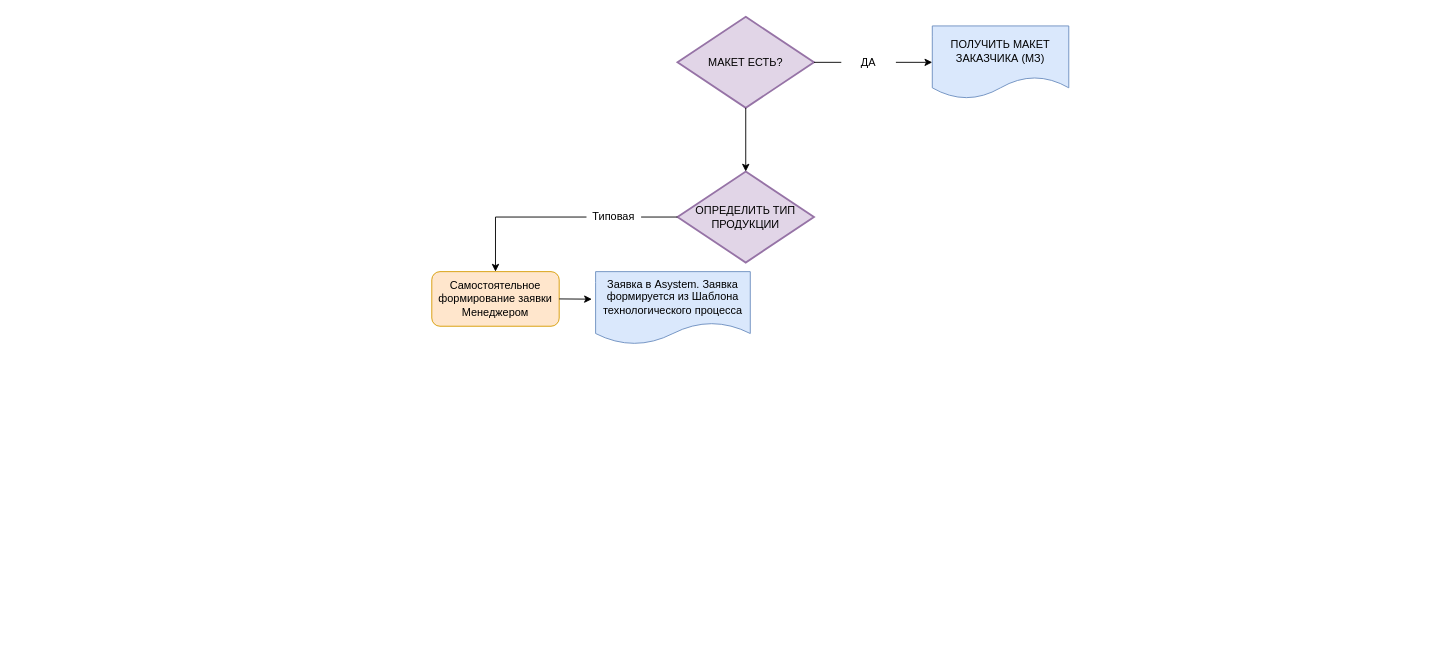
Before: Получение Макета Заказчика.drawio in margazun/draws, a draw.io diagram. Source tidied: cells renumbered, new cells numbered last; positions are measured from the earlier drawing's top-left corner, leaving out a move shared by most shapes. Both pictures are drawn from the tidied source at 91%, with x=0, y=0 at pixel (431, 16).
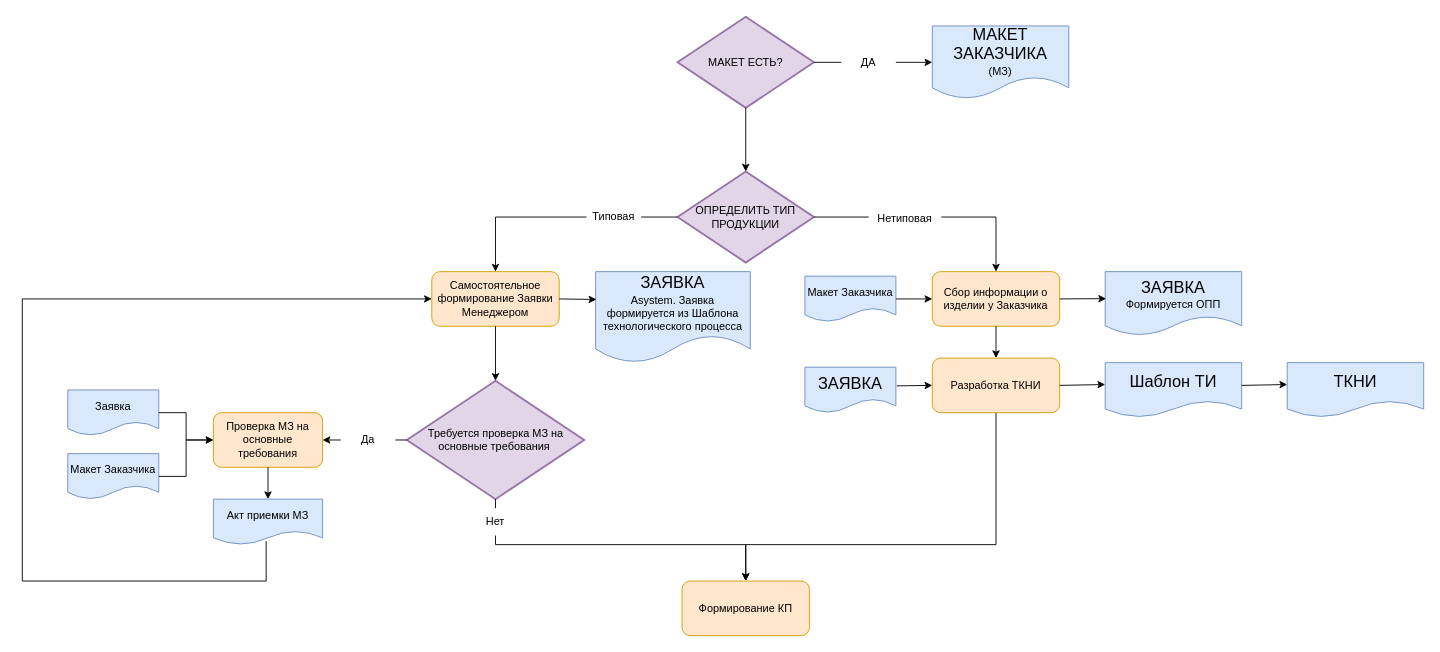
After the change.

The change refers to these unchanged cells:
```xml
<mxCell id="7" value="ОПРЕДЕЛИТЬ ТИП ПРОДУКЦИИ" style="strokeWidth=2;html=1;shape=mxgraph.flowchart.decision;whiteSpace=wrap;fillColor=#e1d5e7;strokeColor=#9673a6;" parent="1" vertex="1">
  <mxGeometry x="270" y="170" width="150" height="100" as="geometry" />
</mxCell>
```

Diff of the diagram source:
```diff
@@
-    <mxCell id="4" value="ПОЛУЧИТЬ МАКЕТ ЗАКАЗЧИКА (МЗ)" style="shape=document;whiteSpace=wrap;html=1;boundedLbl=1;fillColor=#dae8fc;strokeColor=#6c8ebf;" parent="1" vertex="1">
+    <mxCell id="4" value="&lt;font style=&quot;font-size: 18px;&quot;&gt;МАКЕТ ЗАКАЗЧИКА&lt;/font&gt; &lt;br&gt;(МЗ)" style="shape=document;whiteSpace=wrap;html=1;boundedLbl=1;fillColor=#dae8fc;strokeColor=#6c8ebf;" parent="1" vertex="1">
       <mxGeometry x="550" y="10" width="150" height="80" as="geometry" />
     </mxCell>
@@
-    <mxCell id="9" value="Самостоятельное формирование заявки Менеджером" style="rounded=1;whiteSpace=wrap;html=1;fillColor=#ffe6cc;strokeColor=#d79b00;" parent="1" vertex="1">
+    <mxCell id="9" value="Самостоятельное формирование Заявки Менеджером" style="rounded=1;whiteSpace=wrap;html=1;fillColor=#ffe6cc;strokeColor=#d79b00;" parent="1" vertex="1">
       <mxGeometry y="280" width="140" height="60" as="geometry" />
     </mxCell>
@@
-    <mxCell id="13" value="Заявка в Asystem. Заявка формируется из Шаблона технологического процесса" style="shape=document;whiteSpace=wrap;html=1;boundedLbl=1;fillColor=#dae8fc;strokeColor=#6c8ebf;" parent="1" vertex="1">
-      <mxGeometry x="180" y="280" width="170" height="80" as="geometry" />
+    <mxCell id="13" value="&lt;font style=&quot;font-size: 18px;&quot;&gt;ЗАЯВКА&lt;/font&gt;&lt;br&gt;Asystem. Заявка формируется из Шаблона технологического процесса" style="shape=document;whiteSpace=wrap;html=1;boundedLbl=1;fillColor=#dae8fc;strokeColor=#6c8ebf;" parent="1" vertex="1">
+      <mxGeometry x="180" y="280" width="170" height="100" as="geometry" />
     </mxCell>
-    <mxCell id="14" style="endArrow=classic;html=1;rounded=0;exitX=1;exitY=0.5;exitDx=0;exitDy=0;entryX=-0.024;entryY=0.378;entryDx=0;entryDy=0;entryPerimeter=0;" parent="1" edge="1" source="9" target="13">
+    <mxCell id="14" style="endArrow=classic;html=1;rounded=0;exitX=1;exitY=0.5;exitDx=0;exitDy=0;entryX=0.005;entryY=0.306;entryDx=0;entryDy=0;entryPerimeter=0;" parent="1" edge="1" source="9" target="13">
       <mxGeometry relative="1" as="geometry" />
     </mxCell>
+    <mxCell id="15" value="Требуется проверка МЗ на основные требования&amp;nbsp;" style="strokeWidth=2;html=1;shape=mxgraph.flowchart.decision;whiteSpace=wrap;fillColor=#e1d5e7;strokeColor=#9673a6;" parent="1" vertex="1">
+      <mxGeometry x="-27.5" y="400" width="195" height="130" as="geometry" />
+    </mxCell>
+    <mxCell id="16" style="endArrow=classic;html=1;rounded=0;entryX=0.5;entryY=0;entryDx=0;entryDy=0;entryPerimeter=0;exitX=0.5;exitY=1;exitDx=0;exitDy=0;" parent="1" edge="1" source="9" target="15">
+      <mxGeometry relative="1" as="geometry" />
+    </mxCell>
+    <mxCell id="17" value="Проверка МЗ на основные требования" style="rounded=1;whiteSpace=wrap;html=1;fillColor=#ffe6cc;strokeColor=#d79b00;" parent="1" vertex="1">
+      <mxGeometry x="-240" y="435" width="120" height="60" as="geometry" />
+    </mxCell>
+    <mxCell id="18" style="endArrow=classic;html=1;rounded=0;exitX=0;exitY=0.5;exitDx=0;exitDy=0;exitPerimeter=0;entryX=1;entryY=0.5;entryDx=0;entryDy=0;startArrow=none;" parent="1" edge="1" source="26" target="17">
+      <mxGeometry relative="1" as="geometry" />
+    </mxCell>
+    <mxCell id="19" value="Акт приемки МЗ" style="shape=document;whiteSpace=wrap;html=1;boundedLbl=1;fillColor=#dae8fc;strokeColor=#6c8ebf;" parent="1" vertex="1">
+      <mxGeometry x="-240" y="530" width="120" height="50" as="geometry" />
+    </mxCell>
+    <mxCell id="20" style="endArrow=classic;html=1;rounded=0;exitX=0.5;exitY=1;exitDx=0;exitDy=0;entryX=0.5;entryY=0;entryDx=0;entryDy=0;" parent="1" edge="1" source="17" target="19">
+      <mxGeometry relative="1" as="geometry" />
+    </mxCell>
+    <mxCell id="21" style="endArrow=classic;html=1;rounded=0;entryX=0;entryY=0.5;entryDx=0;entryDy=0;exitX=0.483;exitY=0.924;exitDx=0;exitDy=0;exitPerimeter=0;" parent="1" edge="1" source="19" target="9">
+      <mxGeometry relative="1" as="geometry">
+        <Array as="points">
+          <mxPoint x="-182" y="620" />
+          <mxPoint x="-450" y="620" />
+          <mxPoint x="-450" y="310" />
+        </Array>
+      </mxGeometry>
+    </mxCell>
+    <mxCell id="22" value="Заявка" style="shape=document;whiteSpace=wrap;html=1;boundedLbl=1;fillColor=#dae8fc;strokeColor=#6c8ebf;" parent="1" vertex="1">
+      <mxGeometry x="-400" y="410" width="100" height="50" as="geometry" />
+    </mxCell>
+    <mxCell id="23" value="Макет Заказчика" style="shape=document;whiteSpace=wrap;html=1;boundedLbl=1;fillColor=#dae8fc;strokeColor=#6c8ebf;" parent="1" vertex="1">
+      <mxGeometry x="-400" y="480" width="100" height="50" as="geometry" />
+    </mxCell>
+    <mxCell id="24" style="endArrow=classic;html=1;rounded=0;exitX=1;exitY=0.5;exitDx=0;exitDy=0;entryX=0;entryY=0.5;entryDx=0;entryDy=0;" parent="1" edge="1" source="23" target="17">
+      <mxGeometry relative="1" as="geometry">
+        <Array as="points">
+          <mxPoint x="-270" y="505" />
+          <mxPoint x="-270" y="465" />
+        </Array>
+      </mxGeometry>
+    </mxCell>
+    <mxCell id="25" style="endArrow=classic;html=1;rounded=0;exitX=1;exitY=0.5;exitDx=0;exitDy=0;entryX=0;entryY=0.5;entryDx=0;entryDy=0;" parent="1" edge="1" source="22" target="17">
+      <mxGeometry relative="1" as="geometry">
+        <Array as="points">
+          <mxPoint x="-270" y="435" />
+          <mxPoint x="-270" y="465" />
+        </Array>
+      </mxGeometry>
+    </mxCell>
+    <mxCell id="26" value="Да" style="text;html=1;strokeColor=none;fillColor=none;align=center;verticalAlign=middle;whiteSpace=wrap;rounded=0;" parent="1" vertex="1">
+      <mxGeometry x="-100" y="450" width="60" height="30" as="geometry" />
+    </mxCell>
+    <mxCell id="27" style="endArrow=none;html=1;rounded=0;exitX=0;exitY=0.5;exitDx=0;exitDy=0;exitPerimeter=0;entryX=1;entryY=0.5;entryDx=0;entryDy=0;" parent="1" edge="1" source="15" target="26">
+      <mxGeometry relative="1" as="geometry" />
+    </mxCell>
+    <mxCell id="28" value="Сбор информации о изделии у Заказчика" style="rounded=1;whiteSpace=wrap;html=1;fillColor=#ffe6cc;strokeColor=#d79b00;" parent="1" vertex="1">
+      <mxGeometry x="550" y="280" width="140" height="60" as="geometry" />
+    </mxCell>
+    <mxCell id="29" value="&lt;font style=&quot;font-size: 18px;&quot;&gt;ЗАЯВКА&lt;/font&gt;&lt;br&gt;Формируется ОПП" style="shape=document;whiteSpace=wrap;html=1;boundedLbl=1;fillColor=#dae8fc;strokeColor=#6c8ebf;" parent="1" vertex="1">
+      <mxGeometry x="740" y="280" width="150" height="70" as="geometry" />
+    </mxCell>
+    <mxCell id="30" style="edgeStyle=orthogonalEdgeStyle;rounded=0;jettySize=auto;html=1;exitX=0.5;exitY=1;exitDx=0;exitDy=0;entryX=0.5;entryY=0;entryDx=0;entryDy=0;fontSize=18;" parent="1" edge="1" source="31" target="39">
+      <mxGeometry relative="1" as="geometry">
+        <Array as="points">
+          <mxPoint x="620" y="580" />
+          <mxPoint x="345" y="580" />
+        </Array>
+      </mxGeometry>
+    </mxCell>
+    <mxCell id="31" value="Разработка ТКНИ" style="rounded=1;whiteSpace=wrap;html=1;fillColor=#ffe6cc;strokeColor=#d79b00;" parent="1" vertex="1">
+      <mxGeometry x="550" y="375" width="140" height="60" as="geometry" />
+    </mxCell>
+    <mxCell id="32" value="&lt;font style=&quot;font-size: 18px;&quot;&gt;Шаблон ТИ&lt;/font&gt;" style="shape=document;whiteSpace=wrap;html=1;boundedLbl=1;fillColor=#dae8fc;strokeColor=#6c8ebf;" parent="1" vertex="1">
+      <mxGeometry x="740" y="380" width="150" height="60" as="geometry" />
+    </mxCell>
+    <mxCell id="33" style="endArrow=classic;html=1;rounded=0;fontSize=18;exitX=1;exitY=0.5;exitDx=0;exitDy=0;entryX=0;entryY=0.401;entryDx=0;entryDy=0;entryPerimeter=0;" parent="1" edge="1" source="31" target="32">
+      <mxGeometry relative="1" as="geometry" />
+    </mxCell>
+    <mxCell id="34" style="endArrow=classic;html=1;rounded=0;fontSize=18;exitX=1;exitY=0.5;exitDx=0;exitDy=0;exitPerimeter=0;entryX=0.5;entryY=0;entryDx=0;entryDy=0;startArrow=none;" parent="1" edge="1" source="45" target="28">
+      <mxGeometry relative="1" as="geometry">
+        <Array as="points">
+          <mxPoint x="620" y="220" />
+        </Array>
+      </mxGeometry>
+    </mxCell>
+    <mxCell id="35" style="endArrow=classic;html=1;rounded=0;fontSize=18;exitX=1;exitY=0.5;exitDx=0;exitDy=0;entryX=0.007;entryY=0.424;entryDx=0;entryDy=0;entryPerimeter=0;" parent="1" edge="1" source="28" target="29">
+      <mxGeometry relative="1" as="geometry" />
+    </mxCell>
+    <mxCell id="36" style="endArrow=classic;html=1;rounded=0;fontSize=18;exitX=0.5;exitY=1;exitDx=0;exitDy=0;entryX=0.5;entryY=0;entryDx=0;entryDy=0;" parent="1" edge="1" source="28" target="31">
+      <mxGeometry relative="1" as="geometry" />
+    </mxCell>
+    <mxCell id="37" value="&lt;font style=&quot;font-size: 18px;&quot;&gt;ТКНИ&lt;/font&gt;" style="shape=document;whiteSpace=wrap;html=1;boundedLbl=1;fillColor=#dae8fc;strokeColor=#6c8ebf;" parent="1" vertex="1">
+      <mxGeometry x="940" y="380" width="150" height="60" as="geometry" />
+    </mxCell>
+    <mxCell id="38" style="endArrow=classic;html=1;rounded=0;fontSize=18;exitX=1;exitY=0.5;exitDx=0;exitDy=0;entryX=0;entryY=0.401;entryDx=0;entryDy=0;entryPerimeter=0;" parent="1" edge="1" target="37">
+      <mxGeometry relative="1" as="geometry">
+        <mxPoint x="890" y="405" as="sourcePoint" />
+      </mxGeometry>
+    </mxCell>
+    <mxCell id="39" value="Формирование КП" style="rounded=1;whiteSpace=wrap;html=1;fillColor=#ffe6cc;strokeColor=#d79b00;" parent="1" vertex="1">
+      <mxGeometry x="275" y="620" width="140" height="60" as="geometry" />
+    </mxCell>
+    <mxCell id="40" style="endArrow=classic;html=1;rounded=0;fontSize=18;exitX=0.5;exitY=1;exitDx=0;exitDy=0;exitPerimeter=0;entryX=0.5;entryY=0;entryDx=0;entryDy=0;startArrow=none;" parent="1" edge="1" source="47" target="39">
+      <mxGeometry relative="1" as="geometry">
+        <Array as="points">
+          <mxPoint x="70" y="580" />
+          <mxPoint x="345" y="580" />
+        </Array>
+      </mxGeometry>
+    </mxCell>
+    <mxCell id="41" value="Макет Заказчика" style="shape=document;whiteSpace=wrap;html=1;boundedLbl=1;fillColor=#dae8fc;strokeColor=#6c8ebf;" parent="1" vertex="1">
+      <mxGeometry x="410" y="285" width="100" height="50" as="geometry" />
+    </mxCell>
+    <mxCell id="42" style="endArrow=classic;html=1;rounded=0;fontSize=18;entryX=0;entryY=0.5;entryDx=0;entryDy=0;exitX=1;exitY=0.5;exitDx=0;exitDy=0;" parent="1" edge="1" source="41" target="28">
+      <mxGeometry relative="1" as="geometry" />
+    </mxCell>
+    <mxCell id="43" value="&lt;font style=&quot;font-size: 18px;&quot;&gt;ЗАЯВКА&lt;/font&gt;" style="shape=document;whiteSpace=wrap;html=1;boundedLbl=1;fillColor=#dae8fc;strokeColor=#6c8ebf;" parent="1" vertex="1">
+      <mxGeometry x="410" y="385" width="100" height="50" as="geometry" />
+    </mxCell>
+    <mxCell id="44" style="endArrow=classic;html=1;rounded=0;fontSize=18;entryX=0;entryY=0.5;entryDx=0;entryDy=0;exitX=1.01;exitY=0.411;exitDx=0;exitDy=0;exitPerimeter=0;" parent="1" edge="1" source="43" target="31">
+      <mxGeometry relative="1" as="geometry" />
+    </mxCell>
+    <mxCell id="45" value="&lt;font style=&quot;font-size: 12px;&quot;&gt;Нетиповая&lt;/font&gt;" style="text;html=1;strokeColor=none;fillColor=none;align=center;verticalAlign=middle;whiteSpace=wrap;rounded=0;fontSize=18;" parent="1" vertex="1">
+      <mxGeometry x="480" y="205" width="80" height="30" as="geometry" />
+    </mxCell>
+    <mxCell id="46" style="endArrow=none;html=1;rounded=0;fontSize=18;exitX=1;exitY=0.5;exitDx=0;exitDy=0;exitPerimeter=0;entryX=0;entryY=0.5;entryDx=0;entryDy=0;" parent="1" edge="1" source="7" target="45">
+      <mxGeometry relative="1" as="geometry" />
+    </mxCell>
+    <mxCell id="47" value="Нет" style="text;html=1;strokeColor=none;fillColor=none;align=center;verticalAlign=middle;whiteSpace=wrap;rounded=0;fontSize=12;" parent="1" vertex="1">
+      <mxGeometry x="40" y="540" width="60" height="30" as="geometry" />
+    </mxCell>
+    <mxCell id="48" style="endArrow=none;html=1;rounded=0;fontSize=18;exitX=0.5;exitY=1;exitDx=0;exitDy=0;exitPerimeter=0;entryX=0.5;entryY=0;entryDx=0;entryDy=0;" parent="1" edge="1" source="15" target="47">
+      <mxGeometry relative="1" as="geometry" />
+    </mxCell>
```
